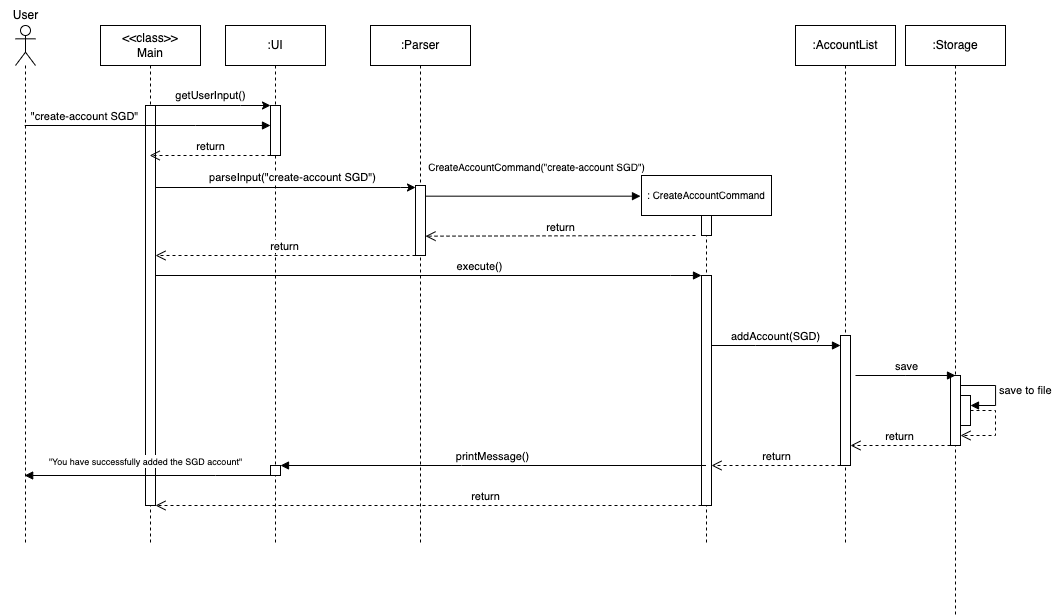
The draw.io diagram docs/images/BasicSequence.png in woowenjun99/tp, before a commit. Source tidied: cells renumbered, new cells last; positions are measured from the earlier drawing's top-left corner, leaving out a move shared by most shapes.
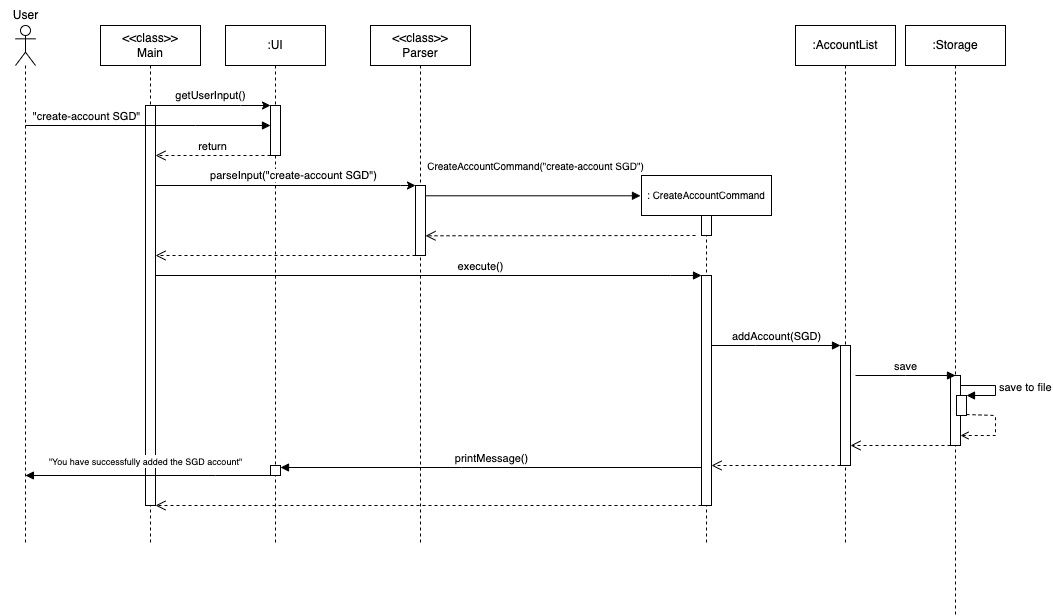
Above is the later version.

Commit message:
Fix issues with BasicSequence and ParserClassDiagram

Diff of the diagram source:
```diff
@@ -11,13 +11,13 @@
     <mxCell id="4" style="html=1;points=[];perimeter=orthogonalPerimeter;outlineConnect=0;targetShapes=umlLifeline;portConstraint=eastwest;newEdgeStyle={&quot;edgeStyle&quot;:&quot;elbowEdgeStyle&quot;,&quot;elbow&quot;:&quot;vertical&quot;,&quot;curved&quot;:0,&quot;rounded&quot;:0};" parent="2" vertex="1">
       <mxGeometry x="45" y="440" width="10" height="10" as="geometry" />
     </mxCell>
-    <mxCell id="5" value=":Parser" style="shape=umlLifeline;perimeter=lifelinePerimeter;whiteSpace=wrap;html=1;newEdgeStyle={&quot;edgeStyle&quot;:&quot;elbowEdgeStyle&quot;,&quot;elbow&quot;:&quot;vertical&quot;,&quot;curved&quot;:0,&quot;rounded&quot;:0};" parent="1" vertex="1">
+    <mxCell id="5" value="&amp;lt;&amp;lt;class&amp;gt;&amp;gt;&lt;br&gt;Parser" style="shape=umlLifeline;perimeter=lifelinePerimeter;whiteSpace=wrap;html=1;newEdgeStyle={&quot;edgeStyle&quot;:&quot;elbowEdgeStyle&quot;,&quot;elbow&quot;:&quot;vertical&quot;,&quot;curved&quot;:0,&quot;rounded&quot;:0};" parent="1" vertex="1">
       <mxGeometry x="370" y="25" width="100" height="520" as="geometry" />
     </mxCell>
     <mxCell id="6" style="html=1;points=[];perimeter=orthogonalPerimeter;outlineConnect=0;targetShapes=umlLifeline;portConstraint=eastwest;newEdgeStyle={&quot;edgeStyle&quot;:&quot;elbowEdgeStyle&quot;,&quot;elbow&quot;:&quot;vertical&quot;,&quot;curved&quot;:0,&quot;rounded&quot;:0};" parent="5" vertex="1">
       <mxGeometry x="45" y="160" width="10" height="70" as="geometry" />
     </mxCell>
-    <mxCell id="7" value="return" style="html=1;verticalAlign=bottom;endArrow=open;dashed=1;endSize=8;edgeStyle=elbowEdgeStyle;elbow=vertical;curved=0;rounded=0;" parent="1" edge="1" source="6" target="15">
+    <mxCell id="7" style="html=1;verticalAlign=bottom;endArrow=open;dashed=1;endSize=8;edgeStyle=elbowEdgeStyle;elbow=vertical;curved=0;rounded=0;" parent="1" edge="1" source="6" target="15">
       <mxGeometry relative="1" as="geometry">
         <Array as="points">
           <mxPoint x="410" y="255" />
@@ -27,11 +27,12 @@
         </Array>
       </mxGeometry>
     </mxCell>
-    <mxCell id="8" value="parseInput(&quot;create-account SGD&quot;)" style="endArrow=classic;html=1;rounded=0;" parent="1" edge="1" target="6">
+    <mxCell id="8" value="parseInput(&quot;create-account SGD&quot;)" style="endArrow=classic;html=1;rounded=0;" parent="1" edge="1">
       <mxGeometry x="0.06" y="10" relative="1" as="geometry">
-        <mxPoint x="155" y="187" as="sourcePoint" />
+        <mxPoint x="155" y="185" as="sourcePoint" />
+        <mxPoint x="415" y="185" as="targetPoint" />
         <Array as="points">
-          <mxPoint x="400" y="187" />
+          <mxPoint x="400" y="185" />
         </Array>
       </mxGeometry>
     </mxCell>
@@ -49,7 +50,7 @@
         <mxPoint x="640" y="195" as="targetPoint" />
       </mxGeometry>
     </mxCell>
-    <mxCell id="13" value="return" style="html=1;verticalAlign=bottom;endArrow=open;dashed=1;endSize=8;edgeStyle=elbowEdgeStyle;elbow=vertical;curved=0;rounded=0;" parent="1" edge="1" target="6">
+    <mxCell id="13" style="html=1;verticalAlign=bottom;endArrow=open;dashed=1;endSize=8;edgeStyle=elbowEdgeStyle;elbow=vertical;curved=0;rounded=0;" parent="1" edge="1" target="6">
       <mxGeometry relative="1" as="geometry">
         <mxPoint x="695" y="235" as="sourcePoint" />
       </mxGeometry>
@@ -78,8 +79,9 @@
         </Array>
       </mxGeometry>
     </mxCell>
-    <mxCell id="19" value="return" style="html=1;verticalAlign=bottom;endArrow=open;dashed=1;endSize=8;edgeStyle=elbowEdgeStyle;elbow=vertical;curved=0;rounded=0;" parent="1" edge="1" source="3" target="14">
+    <mxCell id="19" value="return" style="html=1;verticalAlign=bottom;endArrow=open;dashed=1;endSize=8;edgeStyle=elbowEdgeStyle;elbow=vertical;curved=0;rounded=0;" parent="1" edge="1" source="3">
       <mxGeometry relative="1" as="geometry">
+        <mxPoint x="155" y="155" as="targetPoint" />
         <Array as="points">
           <mxPoint x="260" y="155" />
         </Array>
@@ -96,7 +98,7 @@
       <mxGeometry x="795" y="25" width="100" height="520" as="geometry" />
     </mxCell>
     <mxCell id="22" style="html=1;points=[];perimeter=orthogonalPerimeter;outlineConnect=0;targetShapes=umlLifeline;portConstraint=eastwest;newEdgeStyle={&quot;edgeStyle&quot;:&quot;elbowEdgeStyle&quot;,&quot;elbow&quot;:&quot;vertical&quot;,&quot;curved&quot;:0,&quot;rounded&quot;:0};" parent="21" vertex="1">
-      <mxGeometry x="45" y="310" width="10" height="130" as="geometry" />
+      <mxGeometry x="45" y="320" width="10" height="120" as="geometry" />
     </mxCell>
     <mxCell id="23" value="addAccount(SGD)" style="html=1;verticalAlign=bottom;endArrow=block;edgeStyle=elbowEdgeStyle;elbow=vertical;curved=0;rounded=0;" parent="1" edge="1" source="11" target="22">
       <mxGeometry relative="1" as="geometry">
@@ -112,48 +114,41 @@
       <mxGeometry x="45" y="350" width="10" height="70" as="geometry" />
     </mxCell>
     <mxCell id="26" style="html=1;points=[];perimeter=orthogonalPerimeter;outlineConnect=0;targetShapes=umlLifeline;portConstraint=eastwest;newEdgeStyle={&quot;edgeStyle&quot;:&quot;elbowEdgeStyle&quot;,&quot;elbow&quot;:&quot;vertical&quot;,&quot;curved&quot;:0,&quot;rounded&quot;:0};" parent="24" vertex="1">
-      <mxGeometry x="55" y="370" width="10" height="30" as="geometry" />
+      <mxGeometry x="51" y="370" width="10" height="20" as="geometry" />
     </mxCell>
     <mxCell id="27" value="save to file" style="html=1;align=left;spacingLeft=2;endArrow=block;rounded=0;edgeStyle=orthogonalEdgeStyle;curved=0;rounded=0;" parent="24" edge="1" source="25" target="26">
       <mxGeometry relative="1" as="geometry">
         <Array as="points">
           <mxPoint x="90" y="360" />
-          <mxPoint x="90" y="380" />
+          <mxPoint x="90" y="370" />
         </Array>
       </mxGeometry>
     </mxCell>
-    <mxCell id="28" style="html=1;verticalAlign=bottom;endArrow=open;dashed=1;endSize=8;edgeStyle=elbowEdgeStyle;elbow=vertical;curved=0;rounded=0;" parent="24" edge="1" source="26" target="25">
-      <mxGeometry x="0.33" y="22" relative="1" as="geometry">
-        <Array as="points">
-          <mxPoint x="90" y="410" />
-        </Array>
-        <mxPoint x="20" y="-12" as="offset" />
-      </mxGeometry>
-    </mxCell>
     <mxCell id="29" value="save" style="html=1;verticalAlign=bottom;endArrow=block;edgeStyle=elbowEdgeStyle;elbow=horizontal;curved=0;rounded=0;" parent="1" edge="1">
       <mxGeometry relative="1" as="geometry">
         <mxPoint x="855" y="375" as="sourcePoint" />
         <mxPoint x="955" y="375" as="targetPoint" />
       </mxGeometry>
     </mxCell>
-    <mxCell id="30" value="return" style="html=1;verticalAlign=bottom;endArrow=open;dashed=1;endSize=8;edgeStyle=elbowEdgeStyle;elbow=vertical;curved=0;rounded=0;" parent="1" edge="1" source="25" target="22">
+    <mxCell id="30" style="html=1;verticalAlign=bottom;endArrow=open;dashed=1;endSize=8;edgeStyle=elbowEdgeStyle;elbow=vertical;curved=0;rounded=0;" parent="1" edge="1" source="25" target="22">
       <mxGeometry relative="1" as="geometry">
         <Array as="points">
           <mxPoint x="915" y="445" />
         </Array>
       </mxGeometry>
     </mxCell>
-    <mxCell id="31" value="return" style="html=1;verticalAlign=bottom;endArrow=open;dashed=1;endSize=8;edgeStyle=elbowEdgeStyle;elbow=vertical;curved=0;rounded=0;" parent="1" edge="1" source="22" target="11">
+    <mxCell id="31" style="html=1;verticalAlign=bottom;endArrow=open;dashed=1;endSize=8;edgeStyle=elbowEdgeStyle;elbow=vertical;curved=0;rounded=0;" parent="1" edge="1" source="22" target="11">
       <mxGeometry relative="1" as="geometry">
         <Array as="points">
           <mxPoint x="776" y="465" />
         </Array>
       </mxGeometry>
     </mxCell>
-    <mxCell id="32" value="printMessage()" style="html=1;verticalAlign=bottom;endArrow=block;edgeStyle=elbowEdgeStyle;elbow=vertical;curved=0;rounded=0;" parent="1" edge="1" source="9" target="4">
+    <mxCell id="32" value="printMessage()" style="html=1;verticalAlign=bottom;endArrow=block;edgeStyle=elbowEdgeStyle;elbow=vertical;curved=0;rounded=0;" parent="1" edge="1" source="11">
       <mxGeometry relative="1" as="geometry">
+        <mxPoint x="280" y="467" as="targetPoint" />
         <Array as="points">
-          <mxPoint x="461" y="465" />
+          <mxPoint x="461" y="467" />
         </Array>
       </mxGeometry>
     </mxCell>
@@ -164,7 +159,7 @@
         </Array>
       </mxGeometry>
     </mxCell>
-    <mxCell id="34" value="return" style="html=1;verticalAlign=bottom;endArrow=open;dashed=1;endSize=8;edgeStyle=elbowEdgeStyle;elbow=vertical;curved=0;rounded=0;" parent="1" edge="1" source="11" target="15">
+    <mxCell id="34" style="html=1;verticalAlign=bottom;endArrow=open;dashed=1;endSize=8;edgeStyle=elbowEdgeStyle;elbow=vertical;curved=0;rounded=0;" parent="1" edge="1" source="11" target="15">
       <mxGeometry x="-0.21" relative="1" as="geometry">
         <Array as="points">
           <mxPoint x="455" y="505" />
@@ -174,5 +169,19 @@
     <mxCell id="35" value="User" style="text;html=1;align=center;verticalAlign=middle;strokeColor=none;fillColor=none;" parent="1" vertex="1">
       <mxGeometry width="50" height="30" as="geometry" />
     </mxCell>
+    <mxCell id="36" style="endArrow=none;dashed=1;html=1;strokeWidth=1;rounded=0;" parent="1" edge="1">
+      <mxGeometry relative="1" as="geometry">
+        <mxPoint x="966" y="414" as="sourcePoint" />
+        <mxPoint x="995" y="415" as="targetPoint" />
+      </mxGeometry>
+    </mxCell>
+    <mxCell id="37" style="endArrow=none;dashed=1;html=1;strokeWidth=1;rounded=0;startArrow=open;startFill=0;" parent="1" edge="1" source="25">
+      <mxGeometry relative="1" as="geometry">
+        <mxPoint x="995" y="415" as="targetPoint" />
+        <Array as="points">
+          <mxPoint x="995" y="435" />
+        </Array>
+      </mxGeometry>
+    </mxCell>
   </root>
 </mxGraphModel>
```
